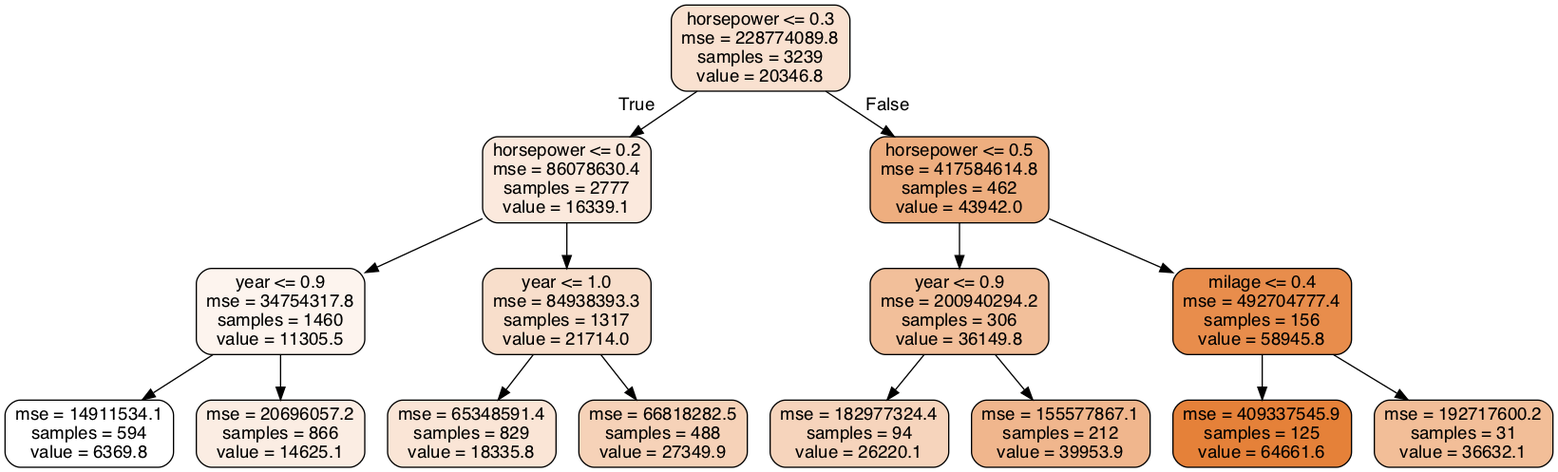
Earlier version of the Graphviz export small_tree.png (AMekid918/UsedCarML). Its source is kept beside it as small_tree.dot. The source it was exported from:
```dot
digraph Tree {
node [shape=box, style="filled, rounded", color="black", fontname=helvetica] ;
edge [fontname=helvetica] ;
0 [label="horsepower <= 0.3\nmse = 228774089.8\nsamples = 3239\nvalue = 20346.8", fillcolor="#f9e1d0"] ;
1 [label="horsepower <= 0.2\nmse = 86078630.4\nsamples = 2777\nvalue = 16339.1", fillcolor="#fbe9dd"] ;
0 -> 1 [labeldistance=2.5, labelangle=45, headlabel="True"] ;
2 [label="year <= 0.9\nmse = 34754317.8\nsamples = 1460\nvalue = 11305.5", fillcolor="#fdf4ee"] ;
1 -> 2 ;
3 [label="mse = 14911534.1\nsamples = 594\nvalue = 6369.8", fillcolor="#ffffff"] ;
2 -> 3 ;
4 [label="mse = 20696057.2\nsamples = 866\nvalue = 14625.1", fillcolor="#fbede3"] ;
2 -> 4 ;
5 [label="year <= 1.0\nmse = 84938393.3\nsamples = 1317\nvalue = 21714.0", fillcolor="#f8decb"] ;
1 -> 5 ;
6 [label="mse = 65348591.4\nsamples = 829\nvalue = 18335.8", fillcolor="#fae5d6"] ;
5 -> 6 ;
7 [label="mse = 66818282.5\nsamples = 488\nvalue = 27349.9", fillcolor="#f6d2b8"] ;
5 -> 7 ;
8 [label="horsepower <= 0.5\nmse = 417584614.8\nsamples = 462\nvalue = 43942.0", fillcolor="#eeae7f"] ;
0 -> 8 [labeldistance=2.5, labelangle=-45, headlabel="False"] ;
9 [label="year <= 0.9\nmse = 200940294.2\nsamples = 306\nvalue = 36149.8", fillcolor="#f2bf9a"] ;
8 -> 9 ;
10 [label="mse = 182977324.4\nsamples = 94\nvalue = 26220.1", fillcolor="#f6d4bc"] ;
9 -> 10 ;
11 [label="mse = 155577867.1\nsamples = 212\nvalue = 39953.9", fillcolor="#f0b68d"] ;
9 -> 11 ;
12 [label="milage <= 0.4\nmse = 492704777.4\nsamples = 156\nvalue = 58945.8", fillcolor="#e88d4c"] ;
8 -> 12 ;
13 [label="mse = 409337545.9\nsamples = 125\nvalue = 64661.6", fillcolor="#e58139"] ;
12 -> 13 ;
14 [label="mse = 192717600.2\nsamples = 31\nvalue = 36632.1", fillcolor="#f2be98"] ;
12 -> 14 ;
}
```
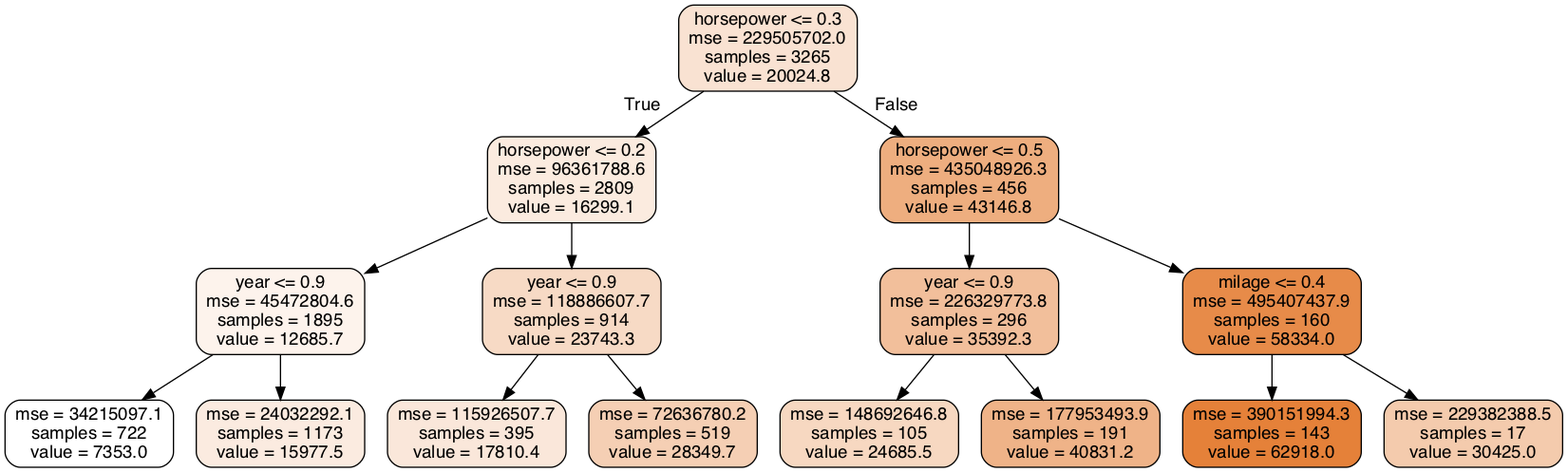
Above is the later version.

Change to the diagram source:
```diff
@@ -1,33 +1,33 @@
 digraph Tree {
 node [shape=box, style="filled, rounded", color="black", fontname=helvetica] ;
 edge [fontname=helvetica] ;
-0 [label="horsepower <= 0.3\nmse = 228774089.8\nsamples = 3239\nvalue = 20346.8", fillcolor="#f9e1d0"] ;
-1 [label="horsepower <= 0.2\nmse = 86078630.4\nsamples = 2777\nvalue = 16339.1", fillcolor="#fbe9dd"] ;
+0 [label="horsepower <= 0.3\nmse = 229505702.0\nsamples = 3265\nvalue = 20024.8", fillcolor="#f9e2d2"] ;
+1 [label="horsepower <= 0.2\nmse = 96361788.6\nsamples = 2809\nvalue = 16299.1", fillcolor="#fbebdf"] ;
 0 -> 1 [labeldistance=2.5, labelangle=45, headlabel="True"] ;
-2 [label="year <= 0.9\nmse = 34754317.8\nsamples = 1460\nvalue = 11305.5", fillcolor="#fdf4ee"] ;
+2 [label="year <= 0.9\nmse = 45472804.6\nsamples = 1895\nvalue = 12685.7", fillcolor="#fdf3ec"] ;
 1 -> 2 ;
-3 [label="mse = 14911534.1\nsamples = 594\nvalue = 6369.8", fillcolor="#ffffff"] ;
+3 [label="mse = 34215097.1\nsamples = 722\nvalue = 7353.0", fillcolor="#ffffff"] ;
 2 -> 3 ;
-4 [label="mse = 20696057.2\nsamples = 866\nvalue = 14625.1", fillcolor="#fbede3"] ;
+4 [label="mse = 24032292.1\nsamples = 1173\nvalue = 15977.5", fillcolor="#fbebe0"] ;
 2 -> 4 ;
-5 [label="year <= 1.0\nmse = 84938393.3\nsamples = 1317\nvalue = 21714.0", fillcolor="#f8decb"] ;
+5 [label="year <= 0.9\nmse = 118886607.7\nsamples = 914\nvalue = 23743.3", fillcolor="#f7dac5"] ;
 1 -> 5 ;
-6 [label="mse = 65348591.4\nsamples = 829\nvalue = 18335.8", fillcolor="#fae5d6"] ;
+6 [label="mse = 115926507.7\nsamples = 395\nvalue = 17810.4", fillcolor="#fae7da"] ;
 5 -> 6 ;
-7 [label="mse = 66818282.5\nsamples = 488\nvalue = 27349.9", fillcolor="#f6d2b8"] ;
+7 [label="mse = 72636780.2\nsamples = 519\nvalue = 28349.7", fillcolor="#f5cfb4"] ;
 5 -> 7 ;
-8 [label="horsepower <= 0.5\nmse = 417584614.8\nsamples = 462\nvalue = 43942.0", fillcolor="#eeae7f"] ;
+8 [label="horsepower <= 0.5\nmse = 435048926.3\nsamples = 456\nvalue = 43146.8", fillcolor="#eeae7f"] ;
 0 -> 8 [labeldistance=2.5, labelangle=-45, headlabel="False"] ;
-9 [label="year <= 0.9\nmse = 200940294.2\nsamples = 306\nvalue = 36149.8", fillcolor="#f2bf9a"] ;
+9 [label="year <= 0.9\nmse = 226329773.8\nsamples = 296\nvalue = 35392.3", fillcolor="#f2bf9b"] ;
 8 -> 9 ;
-10 [label="mse = 182977324.4\nsamples = 94\nvalue = 26220.1", fillcolor="#f6d4bc"] ;
+10 [label="mse = 148692646.8\nsamples = 105\nvalue = 24685.5", fillcolor="#f7d8c1"] ;
 9 -> 10 ;
-11 [label="mse = 155577867.1\nsamples = 212\nvalue = 39953.9", fillcolor="#f0b68d"] ;
+11 [label="mse = 177953493.9\nsamples = 191\nvalue = 40831.2", fillcolor="#efb388"] ;
 9 -> 11 ;
-12 [label="milage <= 0.4\nmse = 492704777.4\nsamples = 156\nvalue = 58945.8", fillcolor="#e88d4c"] ;
+12 [label="milage <= 0.4\nmse = 495407437.9\nsamples = 160\nvalue = 58334.0", fillcolor="#e78b49"] ;
 8 -> 12 ;
-13 [label="mse = 409337545.9\nsamples = 125\nvalue = 64661.6", fillcolor="#e58139"] ;
+13 [label="mse = 390151994.3\nsamples = 143\nvalue = 62918.0", fillcolor="#e58139"] ;
 12 -> 13 ;
-14 [label="mse = 192717600.2\nsamples = 31\nvalue = 36632.1", fillcolor="#f2be98"] ;
+14 [label="mse = 229382388.5\nsamples = 17\nvalue = 30425.0", fillcolor="#f4cbad"] ;
 12 -> 14 ;
 }
```
